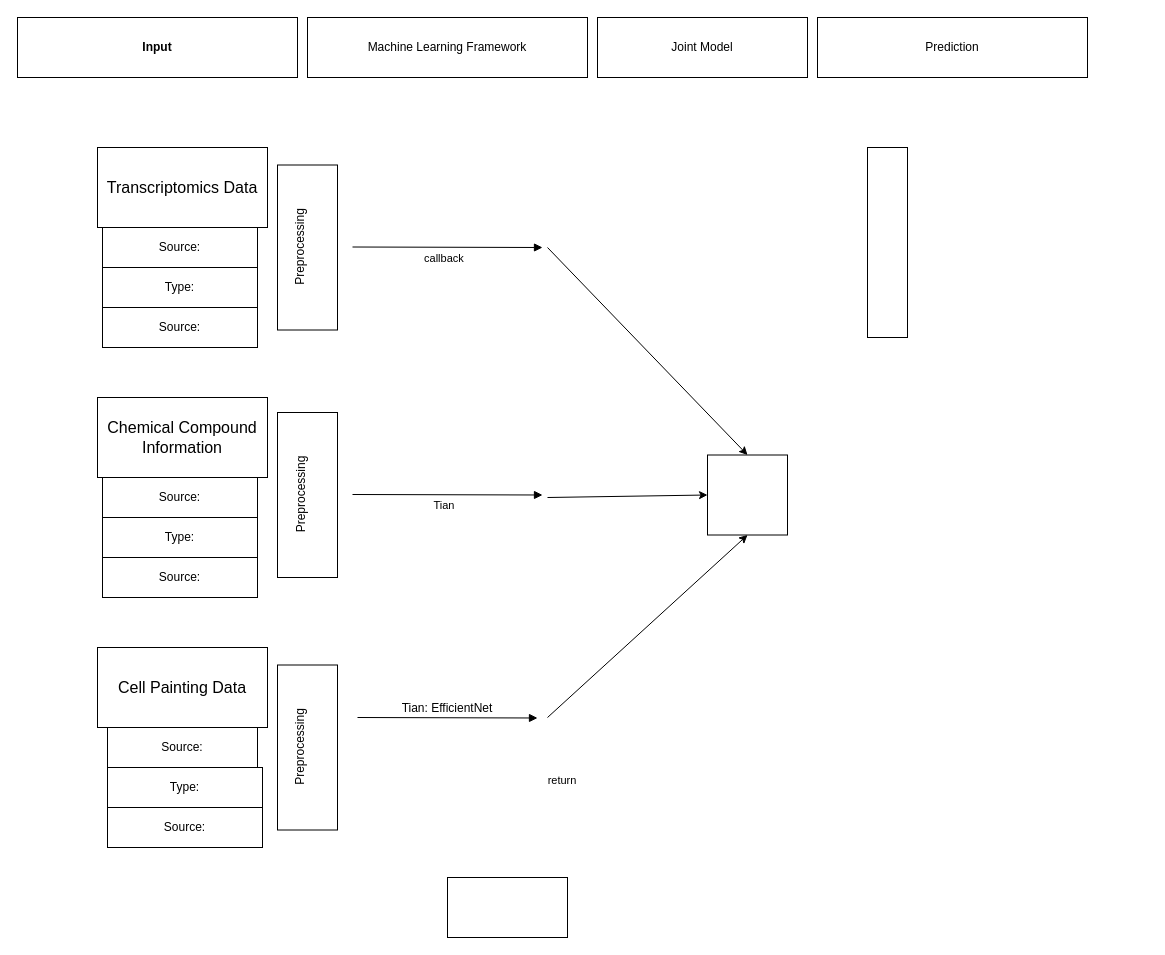
Earlier version of the draw.io diagram Untitled Diagram.drawio (sverige16/m_thesis). Source tidied: cells renumbered, new cells numbered last; positions are measured from the earlier drawing's top-left corner, leaving out a move shared by most shapes. Both pictures are drawn from the tidied source at 100%, with x=0, y=0 at pixel (17, 17).
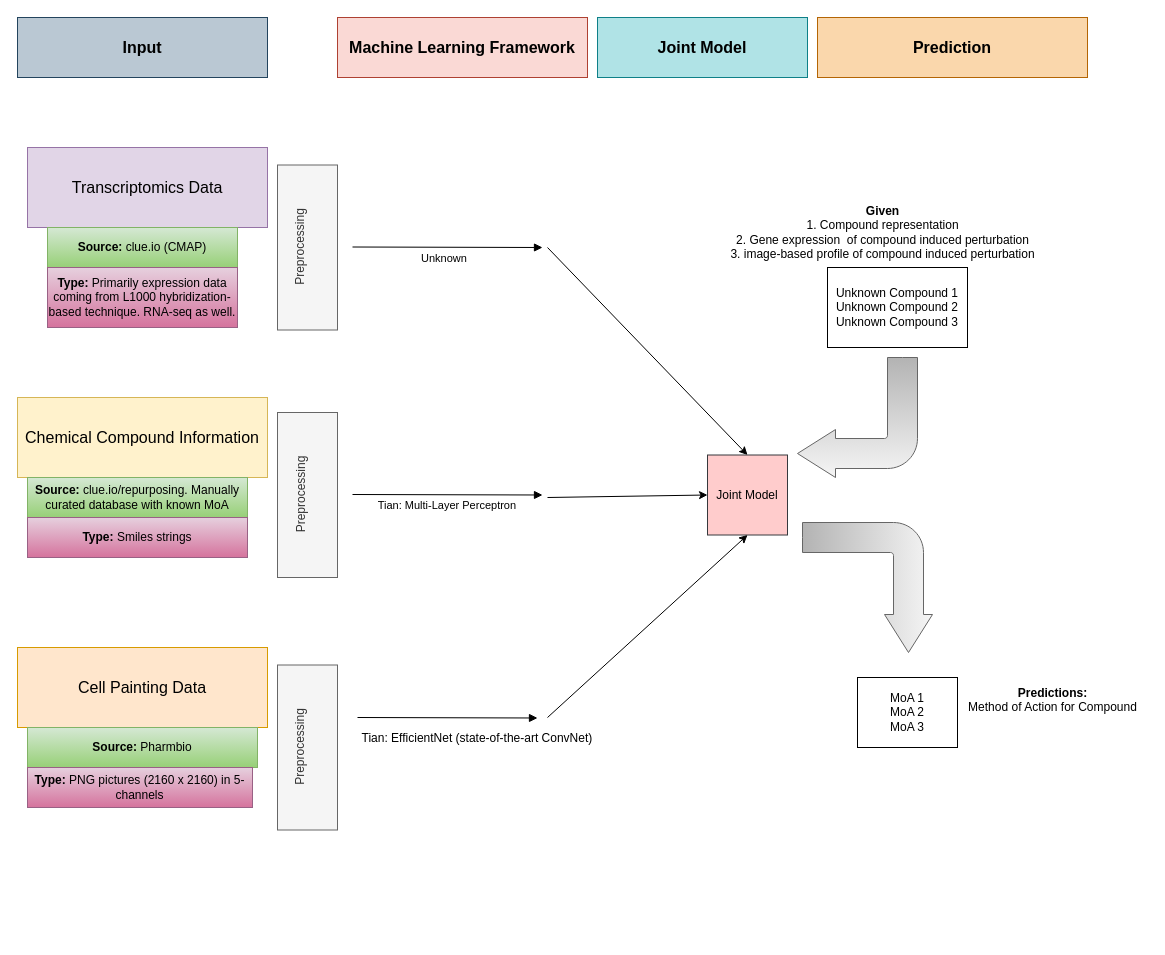
The same diagram, later.

The edit, as a diff of the source:
```diff
@@
-    <mxCell id="2" value="return" style="verticalAlign=bottom;endArrow=open;dashed=1;endSize=8;shadow=0;strokeWidth=1;" parent="1" edge="1" target="7">
-      <mxGeometry x="-1" y="116" relative="1" as="geometry">
-        <mxPoint x="430" y="870" as="sourcePoint" />
-        <mxPoint x="115" y="-98" as="offset" />
-      </mxGeometry>
-    </mxCell>
-    <mxCell id="3" value="callback" style="verticalAlign=bottom;endArrow=block;shadow=0;strokeWidth=1;" parent="1" edge="1">
+    <mxCell id="3" value="Unknown" style="verticalAlign=bottom;endArrow=block;shadow=0;strokeWidth=1;" parent="1" edge="1">
       <mxGeometry x="-0.03" y="-20" relative="1" as="geometry">
         <mxPoint x="335" y="229.5" as="sourcePoint" />
         <mxPoint x="525" y="230" as="targetPoint" />
       </mxGeometry>
     </mxCell>
-    <mxCell id="4" value="&lt;font style=&quot;font-size: 16px;&quot;&gt;Transcriptomics Data&lt;/font&gt;" style="rounded=0;whiteSpace=wrap;html=1;" parent="1" vertex="1">
-      <mxGeometry x="80" y="130" width="170" height="80" as="geometry" />
+    <mxCell id="4" value="&lt;font style=&quot;font-size: 16px;&quot;&gt;Transcriptomics Data&lt;/font&gt;" style="rounded=0;whiteSpace=wrap;html=1;fillColor=#e1d5e7;strokeColor=#9673a6;" parent="1" vertex="1">
+      <mxGeometry x="10" y="130" width="240" height="80" as="geometry" />
     </mxCell>
-    <mxCell id="5" value="&lt;font style=&quot;font-size: 16px;&quot;&gt;Chemical Compound Information&lt;/font&gt;" style="rounded=0;whiteSpace=wrap;html=1;" parent="1" vertex="1">
-      <mxGeometry x="80" y="380" width="170" height="80" as="geometry" />
+    <mxCell id="5" value="&lt;font style=&quot;font-size: 16px;&quot;&gt;Chemical Compound Information&lt;/font&gt;" style="rounded=0;whiteSpace=wrap;html=1;fillColor=#fff2cc;strokeColor=#d6b656;" parent="1" vertex="1">
+      <mxGeometry y="380" width="250" height="80" as="geometry" />
     </mxCell>
-    <mxCell id="6" value="&lt;font style=&quot;font-size: 16px;&quot;&gt;Cell Painting Data&lt;/font&gt;" style="rounded=0;whiteSpace=wrap;html=1;" parent="1" vertex="1">
-      <mxGeometry x="80" y="630" width="170" height="80" as="geometry" />
+    <mxCell id="6" value="&lt;font style=&quot;font-size: 16px;&quot;&gt;Cell Painting Data&lt;/font&gt;" style="rounded=0;whiteSpace=wrap;html=1;fillColor=#ffe6cc;strokeColor=#d79b00;" parent="1" vertex="1">
+      <mxGeometry y="630" width="250" height="80" as="geometry" />
     </mxCell>
-    <mxCell id="7" style="rounded=0;whiteSpace=wrap;html=1;" parent="1" vertex="1">
-      <mxGeometry x="430" y="860" width="120" height="60" as="geometry" />
-    </mxCell>
-    <mxCell id="8" value="Source: " style="rounded=0;whiteSpace=wrap;html=1;" parent="1" vertex="1">
-      <mxGeometry x="85" y="210" width="155" height="40" as="geometry" />
+    <mxCell id="8" value="&lt;b&gt;Source:&lt;/b&gt; clue.io (CMAP)" style="rounded=0;whiteSpace=wrap;html=1;fillColor=#d5e8d4;gradientColor=#97d077;strokeColor=#82b366;" parent="1" vertex="1">
+      <mxGeometry x="30" y="210" width="190" height="40" as="geometry" />
     </mxCell>
-    <mxCell id="9" value="Source:" style="rounded=0;whiteSpace=wrap;html=1;" parent="1" vertex="1">
-      <mxGeometry x="85" y="460" width="155" height="40" as="geometry" />
+    <mxCell id="9" value="&lt;b&gt;Source: &lt;/b&gt;clue.io/repurposing. Manually curated database with known MoA" style="rounded=0;whiteSpace=wrap;html=1;fillColor=#d5e8d4;gradientColor=#97d077;strokeColor=#82b366;" parent="1" vertex="1">
+      <mxGeometry x="10" y="460" width="220" height="40" as="geometry" />
     </mxCell>
-    <mxCell id="10" value="Source: " style="rounded=0;whiteSpace=wrap;html=1;" parent="1" vertex="1">
-      <mxGeometry x="90" y="710" width="150" height="40" as="geometry" />
+    <mxCell id="10" value="&lt;b&gt;Source: &lt;/b&gt;Pharmbio " style="rounded=0;whiteSpace=wrap;html=1;fillColor=#d5e8d4;gradientColor=#97d077;strokeColor=#82b366;" parent="1" vertex="1">
+      <mxGeometry x="10" y="710" width="230" height="40" as="geometry" />
     </mxCell>
-    <mxCell id="11" value="Tian: EfficientNet" style="verticalAlign=bottom;endArrow=block;shadow=0;strokeWidth=1;fontSize=12;" parent="1" edge="1">
-      <mxGeometry relative="1" as="geometry">
+    <mxCell id="11" value="Tian: EfficientNet (state-of-the-art ConvNet)" style="verticalAlign=bottom;endArrow=block;shadow=0;strokeWidth=1;fontSize=12;" parent="1" edge="1">
+      <mxGeometry x="0.33" y="-30" relative="1" as="geometry">
         <mxPoint x="340" y="700" as="sourcePoint" />
         <mxPoint x="520" y="700.5" as="targetPoint" />
       </mxGeometry>
     </mxCell>
-    <mxCell id="12" value="Tian" style="verticalAlign=bottom;endArrow=block;shadow=0;strokeWidth=1;" parent="1" edge="1">
-      <mxGeometry x="-0.03" y="-20" relative="1" as="geometry">
+    <mxCell id="12" value="Tian: Multi-Layer Perceptron&#10;" style="verticalAlign=bottom;endArrow=block;shadow=0;strokeWidth=1;" parent="1" edge="1">
+      <mxGeometry y="-33" relative="1" as="geometry">
         <mxPoint x="335" y="477" as="sourcePoint" />
         <mxPoint x="525" y="477.5" as="targetPoint" />
       </mxGeometry>
     </mxCell>
-    <mxCell id="13" value="Input" style="rounded=0;whiteSpace=wrap;html=1;fontStyle=1;" parent="1" vertex="1">
-      <mxGeometry width="280" height="60" as="geometry" />
+    <mxCell id="13" value="&lt;font style=&quot;font-size: 16px;&quot;&gt;Input&lt;/font&gt;" style="rounded=0;whiteSpace=wrap;html=1;fontStyle=1;fillColor=#bac8d3;strokeColor=#23445d;" parent="1" vertex="1">
+      <mxGeometry width="250" height="60" as="geometry" />
     </mxCell>
-    <mxCell id="14" value="Machine Learning Framework" style="rounded=0;whiteSpace=wrap;html=1;" parent="1" vertex="1">
-      <mxGeometry x="290" width="280" height="60" as="geometry" />
+    <mxCell id="14" value="&lt;b&gt;&lt;font style=&quot;font-size: 16px;&quot;&gt;Machine Learning Framework&lt;/font&gt;&lt;/b&gt;" style="rounded=0;whiteSpace=wrap;html=1;fillColor=#fad9d5;strokeColor=#ae4132;" parent="1" vertex="1">
+      <mxGeometry x="320" width="250" height="60" as="geometry" />
     </mxCell>
-    <mxCell id="15" value="Prediction" style="rounded=0;whiteSpace=wrap;html=1;" parent="1" vertex="1">
+    <mxCell id="15" value="&lt;b&gt;&lt;font style=&quot;font-size: 16px;&quot;&gt;Prediction&lt;/font&gt;&lt;/b&gt;" style="rounded=0;whiteSpace=wrap;html=1;fillColor=#fad7ac;strokeColor=#b46504;" parent="1" vertex="1">
       <mxGeometry x="800" width="270" height="60" as="geometry" />
     </mxCell>
-    <mxCell id="16" value="Type:" style="rounded=0;whiteSpace=wrap;html=1;" parent="1" vertex="1">
-      <mxGeometry x="85" y="250" width="155" height="40" as="geometry" />
+    <mxCell id="16" value="&lt;b&gt;Type:&lt;/b&gt; Primarily expression data coming from L1000 hybridization-based technique. RNA-seq as well." style="rounded=0;whiteSpace=wrap;html=1;fillColor=#e6d0de;gradientColor=#d5739d;strokeColor=#996185;" parent="1" vertex="1">
+      <mxGeometry x="30" y="250" width="190" height="60" as="geometry" />
     </mxCell>
-    <mxCell id="17" value="Source: " style="rounded=0;whiteSpace=wrap;html=1;" parent="1" vertex="1">
-      <mxGeometry x="85" y="290" width="155" height="40" as="geometry" />
-    </mxCell>
-    <mxCell id="18" value="Source: " style="rounded=0;whiteSpace=wrap;html=1;" parent="1" vertex="1">
-      <mxGeometry x="90" y="790" width="155" height="40" as="geometry" />
-    </mxCell>
-    <mxCell id="19" value="Type: " style="rounded=0;whiteSpace=wrap;html=1;" parent="1" vertex="1">
-      <mxGeometry x="90" y="750" width="155" height="40" as="geometry" />
+    <mxCell id="19" value="&lt;b&gt;Type:&lt;/b&gt;&amp;nbsp;PNG pictures (2160 x 2160) in 5-channels" style="rounded=0;whiteSpace=wrap;html=1;fillColor=#e6d0de;gradientColor=#d5739d;strokeColor=#996185;" parent="1" vertex="1">
+      <mxGeometry x="10" y="750" width="225" height="40" as="geometry" />
     </mxCell>
-    <mxCell id="20" value="Source: " style="rounded=0;whiteSpace=wrap;html=1;" parent="1" vertex="1">
-      <mxGeometry x="85" y="540" width="155" height="40" as="geometry" />
-    </mxCell>
-    <mxCell id="21" value="Type:" style="rounded=0;whiteSpace=wrap;html=1;" parent="1" vertex="1">
-      <mxGeometry x="85" y="500" width="155" height="40" as="geometry" />
+    <mxCell id="21" value="&lt;b&gt;Type:&lt;/b&gt; Smiles strings" style="rounded=0;whiteSpace=wrap;html=1;fillColor=#e6d0de;gradientColor=#d5739d;strokeColor=#996185;" parent="1" vertex="1">
+      <mxGeometry x="10" y="500" width="220" height="40" as="geometry" />
     </mxCell>
-    <mxCell id="22" value="&lt;div&gt;Preprocessing&lt;/div&gt;&lt;div&gt;&lt;br&gt;&lt;/div&gt;" style="rounded=0;whiteSpace=wrap;html=1;rotation=-90;" parent="1" vertex="1">
+    <mxCell id="22" value="&lt;div&gt;Preprocessing&lt;/div&gt;&lt;div&gt;&lt;br&gt;&lt;/div&gt;" style="rounded=0;whiteSpace=wrap;html=1;rotation=-90;fillColor=#f5f5f5;fontColor=#333333;strokeColor=#666666;" parent="1" vertex="1">
       <mxGeometry x="207.5" y="447.5" width="165" height="60" as="geometry" />
     </mxCell>
-    <mxCell id="23" value="&lt;div&gt;Preprocessing&lt;/div&gt;&lt;div&gt;&lt;br&gt;&lt;/div&gt;" style="rounded=0;whiteSpace=wrap;html=1;rotation=-90;" parent="1" vertex="1">
+    <mxCell id="23" value="&lt;div&gt;Preprocessing&lt;/div&gt;&lt;div&gt;&lt;br&gt;&lt;/div&gt;" style="rounded=0;whiteSpace=wrap;html=1;rotation=-90;fillColor=#f5f5f5;fontColor=#333333;strokeColor=#666666;" parent="1" vertex="1">
       <mxGeometry x="207.5" y="200" width="165" height="60" as="geometry" />
     </mxCell>
-    <mxCell id="24" value="&lt;div&gt;Preprocessing&lt;/div&gt;&lt;div&gt;&lt;br&gt;&lt;/div&gt;" style="rounded=0;whiteSpace=wrap;html=1;rotation=-90;" parent="1" vertex="1">
+    <mxCell id="24" value="&lt;div&gt;Preprocessing&lt;/div&gt;&lt;div&gt;&lt;br&gt;&lt;/div&gt;" style="rounded=0;whiteSpace=wrap;html=1;rotation=-90;fillColor=#f5f5f5;fontColor=#333333;strokeColor=#666666;" parent="1" vertex="1">
       <mxGeometry x="207.5" y="700" width="165" height="60" as="geometry" />
     </mxCell>
@@
-    <mxCell id="26" style="whiteSpace=wrap;html=1;" parent="1" vertex="1">
+    <mxCell id="26" value="Joint Model" style="whiteSpace=wrap;html=1;fillColor=#ffcccc;strokeColor=#36393d;" parent="1" vertex="1">
       <mxGeometry x="690" y="437.5" width="80" height="80" as="geometry" />
     </mxCell>
@@
-    <mxCell id="29" value="Joint Model" style="rounded=0;whiteSpace=wrap;html=1;" parent="1" vertex="1">
+    <mxCell id="29" value="&lt;b&gt;&lt;font style=&quot;font-size: 16px;&quot;&gt;Joint Model&lt;/font&gt;&lt;/b&gt;" style="rounded=0;whiteSpace=wrap;html=1;fillColor=#b0e3e6;strokeColor=#0e8088;" parent="1" vertex="1">
       <mxGeometry x="580" width="210" height="60" as="geometry" />
     </mxCell>
-    <mxCell id="30" style="rounded=0;whiteSpace=wrap;html=1;" parent="1" vertex="1">
-      <mxGeometry x="850" y="130" width="40" height="190" as="geometry" />
+    <mxCell id="30" value="&lt;div&gt;Unknown Compound 1&lt;/div&gt;&lt;div&gt;Unknown Compound 2 Unknown Compound 3&lt;br&gt;&lt;/div&gt;" style="rounded=0;whiteSpace=wrap;html=1;" parent="1" vertex="1">
+      <mxGeometry x="810" y="250" width="140" height="80" as="geometry" />
     </mxCell>
+    <mxCell id="31" style="html=1;shadow=0;dashed=0;align=center;verticalAlign=middle;shape=mxgraph.arrows2.bendArrow;dy=15;dx=38;notch=0;arrowHead=48;rounded=1;fontSize=12;rotation=90;fillColor=#f5f5f5;strokeColor=#666666;gradientColor=#b3b3b3;" parent="1" vertex="1">
+      <mxGeometry x="785" y="505" width="130" height="130" as="geometry" />
+    </mxCell>
+    <mxCell id="32" style="html=1;shadow=0;dashed=0;align=center;verticalAlign=middle;shape=mxgraph.arrows2.bendArrow;dy=15;dx=38;notch=0;arrowHead=48;rounded=1;fontSize=12;rotation=-180;fillColor=#f5f5f5;strokeColor=#666666;gradientColor=#b3b3b3;" parent="1" vertex="1">
+      <mxGeometry x="780" y="340" width="120" height="120" as="geometry" />
+    </mxCell>
+    <mxCell id="33" value="&lt;div&gt;MoA 1&lt;/div&gt;&lt;div&gt;MoA 2&lt;/div&gt;&lt;div&gt;MoA 3&lt;br&gt;&lt;/div&gt;" style="rounded=0;whiteSpace=wrap;html=1;" parent="1" vertex="1">
+      <mxGeometry x="840" y="660" width="100" height="70" as="geometry" />
+    </mxCell>
+    <mxCell id="34" value="&lt;div&gt;&lt;b&gt;Given&lt;/b&gt;&lt;/div&gt;&lt;div&gt;1. Compound representation&lt;/div&gt;&lt;div&gt;2. Gene expression&amp;nbsp; of compound induced perturbation&lt;/div&gt;&lt;div&gt;3. image-based profile of compound induced perturbation&lt;br&gt;&lt;/div&gt;" style="text;html=1;align=center;verticalAlign=middle;strokeColor=none;fillColor=none;fontSize=12;" parent="1" vertex="1">
+      <mxGeometry x="700" y="180" width="330" height="70" as="geometry" />
+    </mxCell>
+    <mxCell id="35" value="&lt;div&gt;&lt;b&gt;Predictions:&lt;/b&gt;&lt;/div&gt;&lt;div&gt;Method of Action for Compound&lt;/div&gt;&lt;div&gt;&lt;br&gt;&lt;/div&gt;" style="text;html=1;align=center;verticalAlign=middle;strokeColor=none;fillColor=none;fontSize=12;" parent="1" vertex="1">
+      <mxGeometry x="940" y="660" width="190" height="60" as="geometry" />
+    </mxCell>
```
